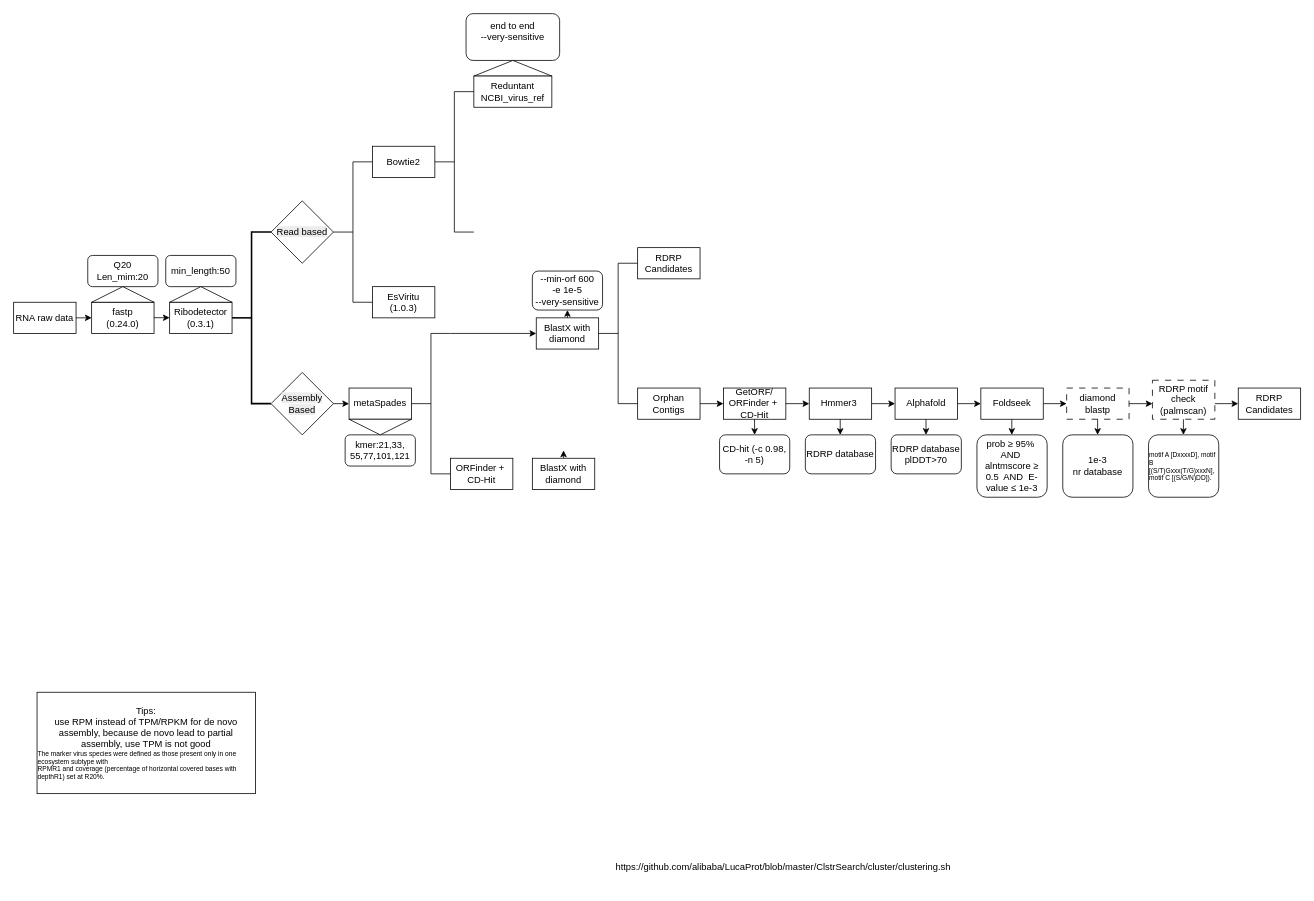
The draw.io diagram RNA_virus_pipeline.drawio in XuhanDeng/Yangtze_river_RNA, before the edit. Source tidied: cells renumbered, new cells numbered last; positions are measured from the earlier drawing's top-left corner, leaving out a move shared by most shapes. Both pictures are drawn from the tidied source at 78%, with x=0, y=0 at pixel (13, 13).
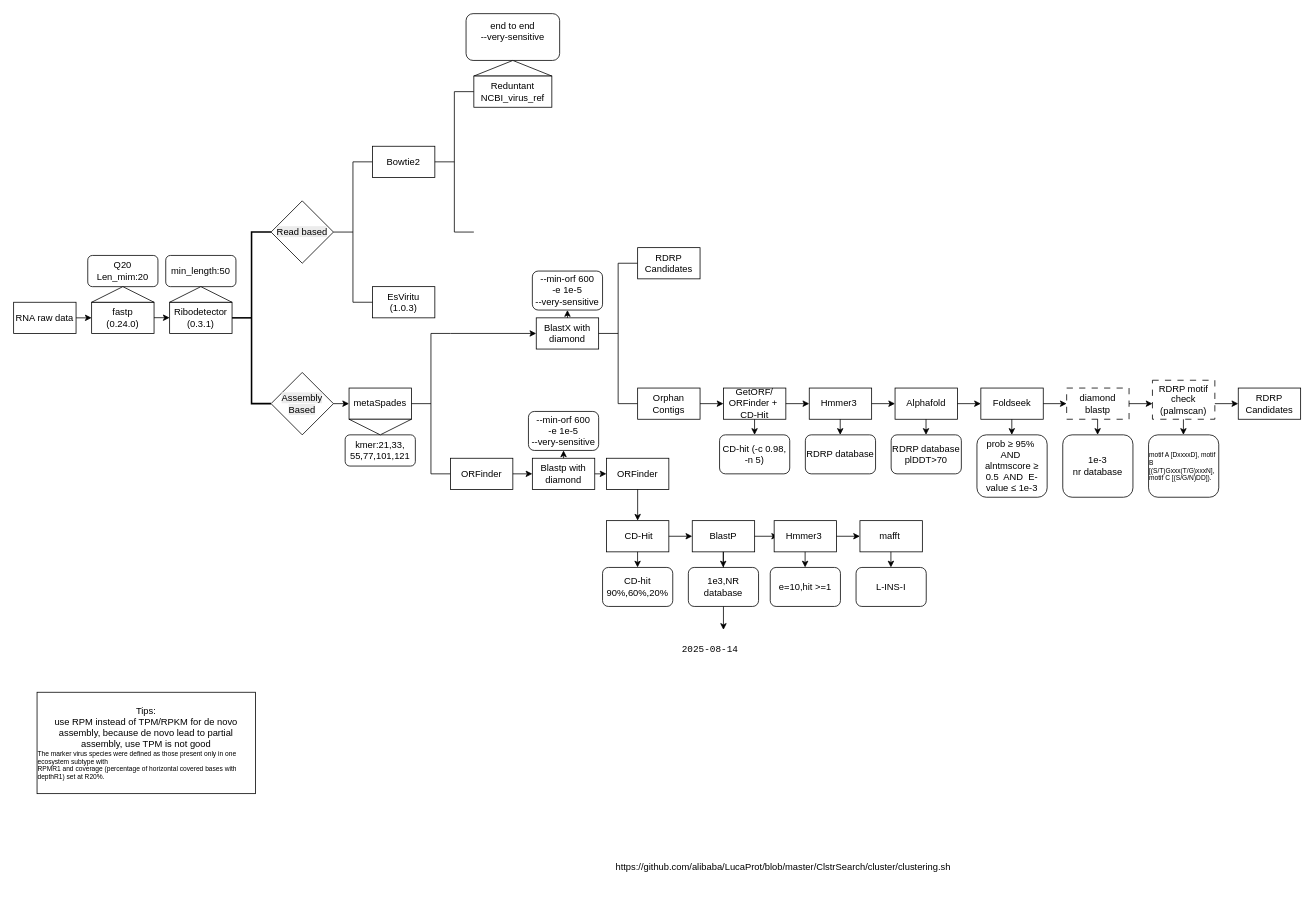
Above is the later version.

Change to the diagram source:
```diff
@@
-    <mxCell id="61" value="&lt;div&gt;&lt;span style=&quot;background-color: transparent; color: light-dark(rgb(0, 0, 0), rgb(255, 255, 255));&quot;&gt;ORFinder +&amp;nbsp;&lt;/span&gt;&lt;div&gt;&lt;div&gt;CD-Hit&lt;/div&gt;&lt;/div&gt;&lt;/div&gt;" style="rounded=0;whiteSpace=wrap;html=1;" parent="1" vertex="1">
+    <mxCell id="61" value="&lt;div&gt;&lt;span style=&quot;background-color: transparent; color: light-dark(rgb(0, 0, 0), rgb(255, 255, 255));&quot;&gt;ORFinder&lt;/span&gt;&lt;/div&gt;" style="rounded=0;whiteSpace=wrap;html=1;" parent="1" vertex="1">
       <mxGeometry x="560" y="570" width="80" height="40" as="geometry" />
     </mxCell>
-    <mxCell id="62" value="BlastX with diamond" style="rounded=0;whiteSpace=wrap;html=1;" parent="1" vertex="1">
+    <mxCell id="62" value="Blastp with diamond" style="rounded=0;whiteSpace=wrap;html=1;" parent="1" vertex="1">
       <mxGeometry x="665" y="570" width="80" height="40" as="geometry" />
     </mxCell>
@@
+    <mxCell id="64" style="endArrow=classic;html=1;rounded=0;exitX=1;exitY=0;exitDx=0;exitDy=0;exitPerimeter=0;entryX=0;entryY=0.5;entryDx=0;entryDy=0;" parent="1" edge="1" target="62">
+      <mxGeometry relative="1" as="geometry">
+        <mxPoint x="640" y="590" as="sourcePoint" />
+      </mxGeometry>
+    </mxCell>
+    <mxCell id="65" value="--min-orf 600&lt;div&gt;-e 1e-5&lt;/div&gt;&lt;div&gt;--very-sensitive&lt;/div&gt;" style="rounded=1;whiteSpace=wrap;html=1;" parent="1" vertex="1">
+      <mxGeometry x="660" y="510" width="90" height="50" as="geometry" />
+    </mxCell>
+    <mxCell id="66" value="&lt;div&gt;&lt;span style=&quot;background-color: transparent; color: light-dark(rgb(0, 0, 0), rgb(255, 255, 255));&quot;&gt;ORFinder&lt;/span&gt;&lt;/div&gt;" style="rounded=0;whiteSpace=wrap;html=1;" parent="1" vertex="1">
+      <mxGeometry x="760" y="570" width="80" height="40" as="geometry" />
+    </mxCell>
+    <mxCell id="67" style="endArrow=classic;html=1;rounded=0;exitX=1;exitY=0;exitDx=0;exitDy=0;exitPerimeter=0;" parent="1" edge="1">
+      <mxGeometry relative="1" as="geometry">
+        <mxPoint x="745" y="590" as="sourcePoint" />
+        <mxPoint x="760" y="590" as="targetPoint" />
+      </mxGeometry>
+    </mxCell>
+    <mxCell id="68" style="endArrow=classic;html=1;rounded=0;exitX=0.5;exitY=1;exitDx=0;exitDy=0;entryX=0.5;entryY=0;entryDx=0;entryDy=0;" parent="1" edge="1" source="66" target="69">
+      <mxGeometry relative="1" as="geometry" />
+    </mxCell>
+    <mxCell id="69" value="&lt;span style=&quot;background-color: transparent; color: light-dark(rgb(0, 0, 0), rgb(255, 255, 255));&quot;&gt;&amp;nbsp;&lt;/span&gt;&lt;span style=&quot;background-color: transparent; color: light-dark(rgb(0, 0, 0), rgb(255, 255, 255));&quot;&gt;CD-Hit&lt;/span&gt;" style="rounded=0;whiteSpace=wrap;html=1;" parent="1" vertex="1">
+      <mxGeometry x="760" y="650" width="80" height="40" as="geometry" />
+    </mxCell>
+    <mxCell id="70" value="CD-hit 90%,60%,20%" style="rounded=1;whiteSpace=wrap;html=1;" parent="1" vertex="1">
+      <mxGeometry x="755" y="710" width="90" height="50" as="geometry" />
+    </mxCell>
+    <mxCell id="71" style="endArrow=classic;html=1;rounded=0;exitX=0.5;exitY=0;exitDx=0;exitDy=0;" parent="1" edge="1">
+      <mxGeometry relative="1" as="geometry">
+        <mxPoint x="799.9" y="690" as="sourcePoint" />
+        <mxPoint x="799.9" y="710" as="targetPoint" />
+      </mxGeometry>
+    </mxCell>
+    <mxCell id="72" style="edgeStyle=orthogonalEdgeStyle;rounded=0;jettySize=auto;html=1;" parent="1" edge="1" source="73" target="85">
+      <mxGeometry relative="1" as="geometry" />
+    </mxCell>
+    <mxCell id="73" value="BlastP" style="rounded=0;whiteSpace=wrap;html=1;" parent="1" vertex="1">
+      <mxGeometry x="870" y="650" width="80" height="40" as="geometry" />
+    </mxCell>
+    <mxCell id="74" style="endArrow=classic;html=1;rounded=0;exitX=1;exitY=0.5;exitDx=0;exitDy=0;" parent="1" edge="1">
+      <mxGeometry relative="1" as="geometry">
+        <mxPoint x="840" y="670" as="sourcePoint" />
+        <mxPoint x="870" y="670" as="targetPoint" />
+      </mxGeometry>
+    </mxCell>
+    <mxCell id="75" style="endArrow=classic;html=1;rounded=0;exitX=0.5;exitY=0;exitDx=0;exitDy=0;" parent="1" edge="1">
+      <mxGeometry relative="1" as="geometry">
+        <mxPoint x="909.7" y="690" as="sourcePoint" />
+        <mxPoint x="909.7" y="710" as="targetPoint" />
+      </mxGeometry>
+    </mxCell>
+    <mxCell id="76" value="1e3,NR database" style="rounded=1;whiteSpace=wrap;html=1;" parent="1" vertex="1">
+      <mxGeometry x="865" y="710" width="90" height="50" as="geometry" />
+    </mxCell>
+    <mxCell id="77" style="endArrow=classic;html=1;rounded=0;exitX=1;exitY=0.5;exitDx=0;exitDy=0;" parent="1" edge="1">
+      <mxGeometry relative="1" as="geometry">
+        <mxPoint x="950" y="670" as="sourcePoint" />
+        <mxPoint x="980" y="670" as="targetPoint" />
+      </mxGeometry>
+    </mxCell>
+    <mxCell id="78" value="Hmmer3&amp;nbsp;" style="rounded=0;whiteSpace=wrap;html=1;" parent="1" vertex="1">
+      <mxGeometry x="975" y="650" width="80" height="40" as="geometry" />
+    </mxCell>
+    <mxCell id="79" style="endArrow=classic;html=1;rounded=0;exitX=0.5;exitY=0;exitDx=0;exitDy=0;" parent="1" edge="1">
+      <mxGeometry relative="1" as="geometry">
+        <mxPoint x="1014.7" y="690" as="sourcePoint" />
+        <mxPoint x="1014.7" y="710" as="targetPoint" />
+      </mxGeometry>
+    </mxCell>
+    <mxCell id="80" value="e=10,hit &amp;gt;=1" style="rounded=1;whiteSpace=wrap;html=1;" parent="1" vertex="1">
+      <mxGeometry x="970" y="710" width="90" height="50" as="geometry" />
+    </mxCell>
+    <mxCell id="81" style="endArrow=classic;html=1;rounded=0;exitX=1;exitY=0.5;exitDx=0;exitDy=0;" parent="1" edge="1">
+      <mxGeometry relative="1" as="geometry">
+        <mxPoint x="1055" y="670" as="sourcePoint" />
+        <mxPoint x="1085" y="670" as="targetPoint" />
+      </mxGeometry>
+    </mxCell>
+    <mxCell id="82" value="mafft&amp;nbsp;" style="rounded=0;whiteSpace=wrap;html=1;" parent="1" vertex="1">
+      <mxGeometry x="1085" y="650" width="80" height="40" as="geometry" />
+    </mxCell>
+    <mxCell id="83" style="endArrow=classic;html=1;rounded=0;exitX=0.5;exitY=0;exitDx=0;exitDy=0;" parent="1" edge="1">
+      <mxGeometry relative="1" as="geometry">
+        <mxPoint x="1124.7" y="690" as="sourcePoint" />
+        <mxPoint x="1124.7" y="710" as="targetPoint" />
+      </mxGeometry>
+    </mxCell>
+    <mxCell id="84" value="&amp;nbsp;L-INS-I&amp;nbsp;" style="rounded=1;whiteSpace=wrap;html=1;" parent="1" vertex="1">
+      <mxGeometry x="1080" y="710" width="90" height="50" as="geometry" />
+    </mxCell>
+    <mxCell id="85" value="&lt;pre style=&quot;color: rgb(0, 0, 0); font-style: normal; font-variant-ligatures: normal; font-variant-caps: normal; font-weight: 400; letter-spacing: normal; orphans: 2; text-align: start; text-indent: 0px; text-transform: none; widows: 2; word-spacing: 0px; -webkit-text-stroke-width: 0px; text-decoration-thickness: initial; text-decoration-style: initial; text-decoration-color: initial;&quot;&gt;2025-08-14&lt;/pre&gt;" style="text;whiteSpace=wrap;html=1;" parent="1" vertex="1">
+      <mxGeometry x="855" y="790" width="110" height="60" as="geometry" />
+    </mxCell>
```
